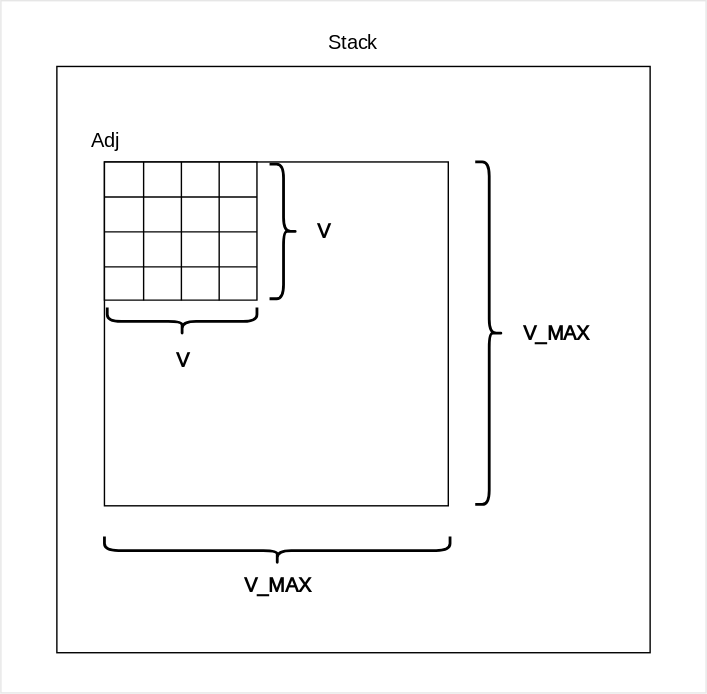
datkumar/code-journal keeps this draw.io diagram as public/diagrams/adj-matrix-static-array.svg. Above is the earlier version. Source tidied: cells renumbered, new cells last; positions are measured from the earlier drawing's top-left corner, leaving out a move shared by most shapes.
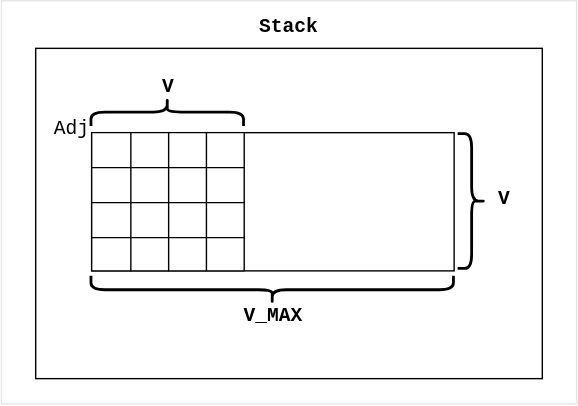
Later version of the same file.

What changed in the source:
```diff
@@ -2,107 +2,101 @@
   <root>
     <mxCell id="0" />
     <mxCell id="1" parent="0" />
+    <mxCell id="36" style="rounded=0;whiteSpace=wrap;html=1;strokeColor=#E6E6E6;fontFamily=monospace;fontStyle=1;fontSize=14;fillColor=light-dark(#FFFFFF,#FFFFFF);fontColor=light-dark(#000000,#000000);" parent="1" vertex="1">
+      <mxGeometry x="9.5" y="21" width="411" height="288" as="geometry" />
+    </mxCell>
-    <mxCell id="2" style="rounded=0;whiteSpace=wrap;html=1;strokeColor=#E6E6E6;fontFamily=Noto Sans Math;fontSource=https%3A%2F%2Ffonts.googleapis.com%2Fcss%3Ffamily%3DNoto%2BSans%2BMath;fontStyle=1;fontSize=14;" parent="1" vertex="1">
-      <mxGeometry width="504" height="494.8" as="geometry" />
+    <mxCell id="2" style="rounded=0;whiteSpace=wrap;html=1;strokeColor=light-dark(#000000,#000000);fontFamily=monospace;fontStyle=1;fontSize=14;fillColor=light-dark(#FFFFFF,#FFFFFF);fontColor=light-dark(#000000,#000000);" parent="1" vertex="1">
+      <mxGeometry x="34" y="55" width="362" height="236" as="geometry" />
     </mxCell>
-    <mxCell id="3" style="rounded=0;whiteSpace=wrap;html=1;fontFamily=Noto Sans Math;fontSource=https%3A%2F%2Ffonts.googleapis.com%2Fcss%3Ffamily%3DNoto%2BSans%2BMath;fontStyle=1;fontSize=14;" parent="1" vertex="1">
-      <mxGeometry x="40" y="47" width="424" height="419" as="geometry" />
-    </mxCell>
-    <mxCell id="4" style="whiteSpace=wrap;html=1;fontFamily=Noto Sans Math;fontSource=https%3A%2F%2Ffonts.googleapis.com%2Fcss%3Ffamily%3DNoto%2BSans%2BMath;fontStyle=1;fontSize=14;" parent="1" vertex="1">
-      <mxGeometry x="74" y="115.2" width="245.8" height="245.8" as="geometry" />
-    </mxCell>
+    <mxCell id="37" style="rounded=0;whiteSpace=wrap;html=1;fillColor=light-dark(#FFFFFF,#FFFFFF);strokeColor=light-dark(#000000,#000000);" parent="1" vertex="1">
+      <mxGeometry x="74" y="115.2" width="259" height="98.8" as="geometry" />
+    </mxCell>
-    <mxCell id="5" style="shape=table;startSize=0;fontFamily=Noto Sans Math;fontSource=https%3A%2F%2Ffonts.googleapis.com%2Fcss%3Ffamily%3DNoto%2BSans%2BMath;fontStyle=1;fontSize=14;" parent="1" vertex="1">
+    <mxCell id="5" style="shape=table;startSize=0;fontFamily=monospace;fontStyle=1;fontSize=14;fillColor=light-dark(#FFFFFF,#FFFFFF);fontColor=light-dark(#000000,#000000);strokeColor=light-dark(#000000,#000000);" parent="1" vertex="1">
       <mxGeometry x="74" y="115.2" width="109" height="98.8" as="geometry" />
     </mxCell>
-    <mxCell id="6" style="shape=tableRow;horizontal=0;startSize=0;swimlaneHead=0;swimlaneBody=0;strokeColor=inherit;top=0;left=0;bottom=0;right=0;fillColor=none;fontFamily=Noto Sans Math;fontSource=https%3A%2F%2Ffonts.googleapis.com%2Fcss%3Ffamily%3DNoto%2BSans%2BMath;fontStyle=1;fontSize=14;" parent="5" vertex="1">
+    <mxCell id="6" style="shape=tableRow;horizontal=0;startSize=0;swimlaneHead=0;swimlaneBody=0;strokeColor=inherit;top=0;left=0;bottom=0;right=0;fillColor=none;fontFamily=monospace;fontStyle=1;fontSize=14;fontColor=light-dark(#000000,#000000);" parent="5" vertex="1">
       <mxGeometry width="109" height="25" as="geometry" />
     </mxCell>
-    <mxCell id="7" style="shape=partialRectangle;html=1;whiteSpace=wrap;strokeColor=inherit;overflow=hidden;fillColor=none;top=0;left=0;bottom=0;right=0;fontFamily=Noto Sans Math;fontSource=https%3A%2F%2Ffonts.googleapis.com%2Fcss%3Ffamily%3DNoto%2BSans%2BMath;fontStyle=1;fontSize=14;" parent="6" vertex="1">
+    <mxCell id="7" style="shape=partialRectangle;html=1;whiteSpace=wrap;strokeColor=inherit;overflow=hidden;fillColor=none;top=0;left=0;bottom=0;right=0;fontFamily=monospace;fontStyle=1;fontSize=14;fontColor=light-dark(#000000,#000000);" parent="6" vertex="1">
       <mxGeometry width="28" height="25" as="geometry" />
     </mxCell>
-    <mxCell id="8" style="shape=partialRectangle;html=1;whiteSpace=wrap;strokeColor=inherit;overflow=hidden;fillColor=none;top=0;left=0;bottom=0;right=0;fontFamily=Noto Sans Math;fontSource=https%3A%2F%2Ffonts.googleapis.com%2Fcss%3Ffamily%3DNoto%2BSans%2BMath;fontStyle=1;fontSize=14;" parent="6" vertex="1">
+    <mxCell id="8" style="shape=partialRectangle;html=1;whiteSpace=wrap;strokeColor=inherit;overflow=hidden;fillColor=none;top=0;left=0;bottom=0;right=0;fontFamily=monospace;fontStyle=1;fontSize=14;fontColor=light-dark(#000000,#000000);" parent="6" vertex="1">
       <mxGeometry x="28" width="27" height="25" as="geometry" />
     </mxCell>
-    <mxCell id="9" style="shape=partialRectangle;html=1;whiteSpace=wrap;strokeColor=inherit;overflow=hidden;fillColor=none;top=0;left=0;bottom=0;right=0;fontFamily=Noto Sans Math;fontSource=https%3A%2F%2Ffonts.googleapis.com%2Fcss%3Ffamily%3DNoto%2BSans%2BMath;fontStyle=1;fontSize=14;" parent="6" vertex="1">
+    <mxCell id="9" style="shape=partialRectangle;html=1;whiteSpace=wrap;strokeColor=inherit;overflow=hidden;fillColor=none;top=0;left=0;bottom=0;right=0;fontFamily=monospace;fontStyle=1;fontSize=14;fontColor=light-dark(#000000,#000000);" parent="6" vertex="1">
       <mxGeometry x="55" width="27" height="25" as="geometry" />
     </mxCell>
-    <mxCell id="10" style="shape=partialRectangle;html=1;whiteSpace=wrap;strokeColor=inherit;overflow=hidden;fillColor=none;top=0;left=0;bottom=0;right=0;fontFamily=Noto Sans Math;fontSource=https%3A%2F%2Ffonts.googleapis.com%2Fcss%3Ffamily%3DNoto%2BSans%2BMath;fontStyle=1;fontSize=14;" parent="6" vertex="1">
+    <mxCell id="10" style="shape=partialRectangle;html=1;whiteSpace=wrap;strokeColor=inherit;overflow=hidden;fillColor=none;top=0;left=0;bottom=0;right=0;fontFamily=monospace;fontStyle=1;fontSize=14;fontColor=light-dark(#000000,#000000);" parent="6" vertex="1">
       <mxGeometry x="82" width="27" height="25" as="geometry" />
     </mxCell>
-    <mxCell id="11" style="shape=tableRow;horizontal=0;startSize=0;swimlaneHead=0;swimlaneBody=0;strokeColor=inherit;top=0;left=0;bottom=0;right=0;fillColor=none;fontFamily=Noto Sans Math;fontSource=https%3A%2F%2Ffonts.googleapis.com%2Fcss%3Ffamily%3DNoto%2BSans%2BMath;fontStyle=1;fontSize=14;" parent="5" vertex="1">
+    <mxCell id="11" style="shape=tableRow;horizontal=0;startSize=0;swimlaneHead=0;swimlaneBody=0;strokeColor=inherit;top=0;left=0;bottom=0;right=0;fillColor=none;fontFamily=monospace;fontStyle=1;fontSize=14;fontColor=light-dark(#000000,#000000);" parent="5" vertex="1">
       <mxGeometry y="25" width="109" height="25" as="geometry" />
     </mxCell>
-    <mxCell id="12" style="shape=partialRectangle;html=1;whiteSpace=wrap;strokeColor=inherit;overflow=hidden;fillColor=none;top=0;left=0;bottom=0;right=0;fontFamily=Noto Sans Math;fontSource=https%3A%2F%2Ffonts.googleapis.com%2Fcss%3Ffamily%3DNoto%2BSans%2BMath;fontStyle=1;fontSize=14;" parent="11" vertex="1">
+    <mxCell id="12" style="shape=partialRectangle;html=1;whiteSpace=wrap;strokeColor=inherit;overflow=hidden;fillColor=none;top=0;left=0;bottom=0;right=0;fontFamily=monospace;fontStyle=1;fontSize=14;fontColor=light-dark(#000000,#000000);" parent="11" vertex="1">
       <mxGeometry width="28" height="25" as="geometry" />
     </mxCell>
-    <mxCell id="13" style="shape=partialRectangle;html=1;whiteSpace=wrap;strokeColor=inherit;overflow=hidden;fillColor=none;top=0;left=0;bottom=0;right=0;fontFamily=Noto Sans Math;fontSource=https%3A%2F%2Ffonts.googleapis.com%2Fcss%3Ffamily%3DNoto%2BSans%2BMath;fontStyle=1;fontSize=14;" parent="11" vertex="1">
+    <mxCell id="13" style="shape=partialRectangle;html=1;whiteSpace=wrap;strokeColor=inherit;overflow=hidden;fillColor=none;top=0;left=0;bottom=0;right=0;fontFamily=monospace;fontStyle=1;fontSize=14;fontColor=light-dark(#000000,#000000);" parent="11" vertex="1">
       <mxGeometry x="28" width="27" height="25" as="geometry" />
     </mxCell>
-    <mxCell id="14" style="shape=partialRectangle;html=1;whiteSpace=wrap;strokeColor=inherit;overflow=hidden;fillColor=none;top=0;left=0;bottom=0;right=0;fontFamily=Noto Sans Math;fontSource=https%3A%2F%2Ffonts.googleapis.com%2Fcss%3Ffamily%3DNoto%2BSans%2BMath;fontStyle=1;fontSize=14;" parent="11" vertex="1">
+    <mxCell id="14" style="shape=partialRectangle;html=1;whiteSpace=wrap;strokeColor=inherit;overflow=hidden;fillColor=none;top=0;left=0;bottom=0;right=0;fontFamily=monospace;fontStyle=1;fontSize=14;fontColor=light-dark(#000000,#000000);" parent="11" vertex="1">
       <mxGeometry x="55" width="27" height="25" as="geometry" />
     </mxCell>
-    <mxCell id="15" style="shape=partialRectangle;html=1;whiteSpace=wrap;strokeColor=inherit;overflow=hidden;fillColor=none;top=0;left=0;bottom=0;right=0;fontFamily=Noto Sans Math;fontSource=https%3A%2F%2Ffonts.googleapis.com%2Fcss%3Ffamily%3DNoto%2BSans%2BMath;fontStyle=1;fontSize=14;" parent="11" vertex="1">
+    <mxCell id="15" style="shape=partialRectangle;html=1;whiteSpace=wrap;strokeColor=inherit;overflow=hidden;fillColor=none;top=0;left=0;bottom=0;right=0;fontFamily=monospace;fontStyle=1;fontSize=14;fontColor=light-dark(#000000,#000000);" parent="11" vertex="1">
       <mxGeometry x="82" width="27" height="25" as="geometry" />
     </mxCell>
-    <mxCell id="16" style="shape=tableRow;horizontal=0;startSize=0;swimlaneHead=0;swimlaneBody=0;strokeColor=inherit;top=0;left=0;bottom=0;right=0;fillColor=none;fontFamily=Noto Sans Math;fontSource=https%3A%2F%2Ffonts.googleapis.com%2Fcss%3Ffamily%3DNoto%2BSans%2BMath;fontStyle=1;fontSize=14;" parent="5" vertex="1">
+    <mxCell id="16" style="shape=tableRow;horizontal=0;startSize=0;swimlaneHead=0;swimlaneBody=0;strokeColor=inherit;top=0;left=0;bottom=0;right=0;fillColor=none;fontFamily=monospace;fontStyle=1;fontSize=14;fontColor=light-dark(#000000,#000000);" parent="5" vertex="1">
       <mxGeometry y="50" width="109" height="25" as="geometry" />
     </mxCell>
-    <mxCell id="17" style="shape=partialRectangle;html=1;whiteSpace=wrap;strokeColor=inherit;overflow=hidden;fillColor=none;top=0;left=0;bottom=0;right=0;fontFamily=Noto Sans Math;fontSource=https%3A%2F%2Ffonts.googleapis.com%2Fcss%3Ffamily%3DNoto%2BSans%2BMath;fontStyle=1;fontSize=14;" parent="16" vertex="1">
+    <mxCell id="17" style="shape=partialRectangle;html=1;whiteSpace=wrap;strokeColor=inherit;overflow=hidden;fillColor=none;top=0;left=0;bottom=0;right=0;fontFamily=monospace;fontStyle=1;fontSize=14;fontColor=light-dark(#000000,#000000);" parent="16" vertex="1">
       <mxGeometry width="28" height="25" as="geometry" />
     </mxCell>
-    <mxCell id="18" style="shape=partialRectangle;html=1;whiteSpace=wrap;strokeColor=inherit;overflow=hidden;fillColor=none;top=0;left=0;bottom=0;right=0;fontFamily=Noto Sans Math;fontSource=https%3A%2F%2Ffonts.googleapis.com%2Fcss%3Ffamily%3DNoto%2BSans%2BMath;fontStyle=1;fontSize=14;" parent="16" vertex="1">
+    <mxCell id="18" style="shape=partialRectangle;html=1;whiteSpace=wrap;strokeColor=inherit;overflow=hidden;fillColor=none;top=0;left=0;bottom=0;right=0;fontFamily=monospace;fontStyle=1;fontSize=14;fontColor=light-dark(#000000,#000000);" parent="16" vertex="1">
       <mxGeometry x="28" width="27" height="25" as="geometry" />
     </mxCell>
-    <mxCell id="19" style="shape=partialRectangle;html=1;whiteSpace=wrap;strokeColor=inherit;overflow=hidden;fillColor=none;top=0;left=0;bottom=0;right=0;fontFamily=Noto Sans Math;fontSource=https%3A%2F%2Ffonts.googleapis.com%2Fcss%3Ffamily%3DNoto%2BSans%2BMath;fontStyle=1;fontSize=14;" parent="16" vertex="1">
+    <mxCell id="19" style="shape=partialRectangle;html=1;whiteSpace=wrap;strokeColor=inherit;overflow=hidden;fillColor=none;top=0;left=0;bottom=0;right=0;fontFamily=monospace;fontStyle=1;fontSize=14;fontColor=light-dark(#000000,#000000);" parent="16" vertex="1">
       <mxGeometry x="55" width="27" height="25" as="geometry" />
     </mxCell>
-    <mxCell id="20" style="shape=partialRectangle;html=1;whiteSpace=wrap;strokeColor=inherit;overflow=hidden;fillColor=none;top=0;left=0;bottom=0;right=0;fontFamily=Noto Sans Math;fontSource=https%3A%2F%2Ffonts.googleapis.com%2Fcss%3Ffamily%3DNoto%2BSans%2BMath;fontStyle=1;fontSize=14;" parent="16" vertex="1">
+    <mxCell id="20" style="shape=partialRectangle;html=1;whiteSpace=wrap;strokeColor=inherit;overflow=hidden;fillColor=none;top=0;left=0;bottom=0;right=0;fontFamily=monospace;fontStyle=1;fontSize=14;fontColor=light-dark(#000000,#000000);" parent="16" vertex="1">
       <mxGeometry x="82" width="27" height="25" as="geometry" />
     </mxCell>
-    <mxCell id="21" style="shape=tableRow;horizontal=0;startSize=0;swimlaneHead=0;swimlaneBody=0;strokeColor=inherit;top=0;left=0;bottom=0;right=0;fillColor=none;fontFamily=Noto Sans Math;fontSource=https%3A%2F%2Ffonts.googleapis.com%2Fcss%3Ffamily%3DNoto%2BSans%2BMath;fontStyle=1;fontSize=14;" parent="5" vertex="1">
+    <mxCell id="21" style="shape=tableRow;horizontal=0;startSize=0;swimlaneHead=0;swimlaneBody=0;strokeColor=inherit;top=0;left=0;bottom=0;right=0;fillColor=none;fontFamily=monospace;fontStyle=1;fontSize=14;fontColor=light-dark(#000000,#000000);" parent="5" vertex="1">
       <mxGeometry y="75" width="109" height="24" as="geometry" />
     </mxCell>
-    <mxCell id="22" style="shape=partialRectangle;html=1;whiteSpace=wrap;strokeColor=inherit;overflow=hidden;fillColor=none;top=0;left=0;bottom=0;right=0;fontFamily=Noto Sans Math;fontSource=https%3A%2F%2Ffonts.googleapis.com%2Fcss%3Ffamily%3DNoto%2BSans%2BMath;fontStyle=1;fontSize=14;" parent="21" vertex="1">
+    <mxCell id="22" style="shape=partialRectangle;html=1;whiteSpace=wrap;strokeColor=inherit;overflow=hidden;fillColor=none;top=0;left=0;bottom=0;right=0;fontFamily=monospace;fontStyle=1;fontSize=14;fontColor=light-dark(#000000,#000000);" parent="21" vertex="1">
       <mxGeometry width="28" height="24" as="geometry" />
     </mxCell>
-    <mxCell id="23" style="shape=partialRectangle;html=1;whiteSpace=wrap;strokeColor=inherit;overflow=hidden;fillColor=none;top=0;left=0;bottom=0;right=0;fontFamily=Noto Sans Math;fontSource=https%3A%2F%2Ffonts.googleapis.com%2Fcss%3Ffamily%3DNoto%2BSans%2BMath;fontStyle=1;fontSize=14;" parent="21" vertex="1">
+    <mxCell id="23" style="shape=partialRectangle;html=1;whiteSpace=wrap;strokeColor=inherit;overflow=hidden;fillColor=none;top=0;left=0;bottom=0;right=0;fontFamily=monospace;fontStyle=1;fontSize=14;fontColor=light-dark(#000000,#000000);" parent="21" vertex="1">
       <mxGeometry x="28" width="27" height="24" as="geometry" />
     </mxCell>
-    <mxCell id="24" style="shape=partialRectangle;html=1;whiteSpace=wrap;strokeColor=inherit;overflow=hidden;fillColor=none;top=0;left=0;bottom=0;right=0;fontFamily=Noto Sans Math;fontSource=https%3A%2F%2Ffonts.googleapis.com%2Fcss%3Ffamily%3DNoto%2BSans%2BMath;fontStyle=1;fontSize=14;" parent="21" vertex="1">
+    <mxCell id="24" style="shape=partialRectangle;html=1;whiteSpace=wrap;strokeColor=inherit;overflow=hidden;fillColor=none;top=0;left=0;bottom=0;right=0;fontFamily=monospace;fontStyle=1;fontSize=14;fontColor=light-dark(#000000,#000000);" parent="21" vertex="1">
       <mxGeometry x="55" width="27" height="24" as="geometry" />
     </mxCell>
-    <mxCell id="25" style="shape=partialRectangle;html=1;whiteSpace=wrap;strokeColor=inherit;overflow=hidden;fillColor=none;top=0;left=0;bottom=0;right=0;fontFamily=Noto Sans Math;fontSource=https%3A%2F%2Ffonts.googleapis.com%2Fcss%3Ffamily%3DNoto%2BSans%2BMath;fontStyle=1;fontSize=14;" parent="21" vertex="1">
+    <mxCell id="25" style="shape=partialRectangle;html=1;whiteSpace=wrap;strokeColor=inherit;overflow=hidden;fillColor=none;top=0;left=0;bottom=0;right=0;fontFamily=monospace;fontStyle=1;fontSize=14;fontColor=light-dark(#000000,#000000);" parent="21" vertex="1">
       <mxGeometry x="82" width="27" height="24" as="geometry" />
     </mxCell>
-    <mxCell id="26" style="shape=curlyBracket;whiteSpace=wrap;html=1;rounded=1;flipH=1;labelPosition=right;verticalLabelPosition=middle;align=left;verticalAlign=middle;strokeWidth=2;fontFamily=Noto Sans Math;fontSource=https%3A%2F%2Ffonts.googleapis.com%2Fcss%3Ffamily%3DNoto%2BSans%2BMath;fontStyle=1;fontSize=14;" parent="1" vertex="1">
-      <mxGeometry x="339" y="115.2" width="20" height="244.8" as="geometry" />
-    </mxCell>
-    <mxCell id="27" style="shape=curlyBracket;whiteSpace=wrap;html=1;rounded=1;flipH=1;labelPosition=right;verticalLabelPosition=middle;align=left;verticalAlign=middle;direction=north;strokeWidth=2;fontFamily=Noto Sans Math;fontSource=https%3A%2F%2Ffonts.googleapis.com%2Fcss%3Ffamily%3DNoto%2BSans%2BMath;fontStyle=1;fontSize=14;" parent="1" vertex="1">
-      <mxGeometry x="74" y="383" width="247" height="20" as="geometry" />
+    <mxCell id="27" style="shape=curlyBracket;whiteSpace=wrap;html=1;rounded=1;flipH=1;labelPosition=right;verticalLabelPosition=middle;align=left;verticalAlign=middle;direction=north;strokeWidth=2;fontFamily=monospace;fontStyle=1;fontSize=14;fontColor=light-dark(#000000,#000000);strokeColor=light-dark(#000000,#000000);" parent="1" vertex="1">
+      <mxGeometry x="74" y="218" width="259" height="20" as="geometry" />
     </mxCell>
-    <mxCell id="28" value="V_MAX" style="text;html=1;align=center;verticalAlign=middle;whiteSpace=wrap;rounded=0;fontFamily=Noto Sans Math;fontSource=https%3A%2F%2Ffonts.googleapis.com%2Fcss%3Ffamily%3DNoto%2BSans%2BMath;fontStyle=1;fontSize=14;" parent="1" vertex="1">
-      <mxGeometry x="367" y="222.6" width="60" height="30" as="geometry" />
-    </mxCell>
-    <mxCell id="29" value="V_MAX" style="text;html=1;align=center;verticalAlign=middle;whiteSpace=wrap;rounded=0;fontFamily=Noto Sans Math;fontSource=https%3A%2F%2Ffonts.googleapis.com%2Fcss%3Ffamily%3DNoto%2BSans%2BMath;fontStyle=1;fontSize=14;" parent="1" vertex="1">
-      <mxGeometry x="167.5" y="403" width="60" height="30" as="geometry" />
+    <mxCell id="29" value="V_MAX" style="text;html=1;align=center;verticalAlign=middle;whiteSpace=wrap;rounded=0;fontFamily=monospace;fontStyle=1;fontSize=14;fontColor=light-dark(#000000,#000000);" parent="1" vertex="1">
+      <mxGeometry x="173.5" y="231" width="60" height="30" as="geometry" />
     </mxCell>
-    <mxCell id="30" style="shape=curlyBracket;whiteSpace=wrap;html=1;rounded=1;flipH=1;labelPosition=right;verticalLabelPosition=middle;align=left;verticalAlign=middle;strokeWidth=2;fontFamily=Noto Sans Math;fontSource=https%3A%2F%2Ffonts.googleapis.com%2Fcss%3Ffamily%3DNoto%2BSans%2BMath;fontStyle=1;fontSize=14;" parent="1" vertex="1">
-      <mxGeometry x="192" y="116.8" width="20" height="96.2" as="geometry" />
+    <mxCell id="30" style="shape=curlyBracket;whiteSpace=wrap;html=1;rounded=1;flipH=1;labelPosition=right;verticalLabelPosition=middle;align=left;verticalAlign=middle;strokeWidth=2;fontFamily=monospace;fontStyle=1;fontSize=14;fontColor=light-dark(#000000,#000000);strokeColor=light-dark(#000000,#000000);" parent="1" vertex="1">
+      <mxGeometry x="336" y="116.5" width="20" height="96.2" as="geometry" />
     </mxCell>
-    <mxCell id="31" style="shape=curlyBracket;whiteSpace=wrap;html=1;rounded=1;flipH=1;labelPosition=right;verticalLabelPosition=middle;align=left;verticalAlign=middle;strokeWidth=2;direction=north;fontFamily=Noto Sans Math;fontSource=https%3A%2F%2Ffonts.googleapis.com%2Fcss%3Ffamily%3DNoto%2BSans%2BMath;fontStyle=1;fontSize=14;" parent="1" vertex="1">
-      <mxGeometry x="76" y="219.2" width="107" height="20" as="geometry" />
-    </mxCell>
-    <mxCell id="32" value="V" style="text;html=1;align=center;verticalAlign=middle;whiteSpace=wrap;rounded=0;fontFamily=Noto Sans Math;fontSource=https%3A%2F%2Ffonts.googleapis.com%2Fcss%3Ffamily%3DNoto%2BSans%2BMath;fontStyle=1;fontSize=14;" parent="1" vertex="1">
-      <mxGeometry x="217.5" y="149.9" width="25.5" height="30" as="geometry" />
+    <mxCell id="32" value="V" style="text;html=1;align=center;verticalAlign=middle;whiteSpace=wrap;rounded=0;fontFamily=monospace;fontStyle=1;fontSize=14;fontColor=light-dark(#000000,#000000);" parent="1" vertex="1">
+      <mxGeometry x="356" y="148.4" width="25.5" height="30" as="geometry" />
     </mxCell>
-    <mxCell id="33" value="V" style="text;html=1;align=center;verticalAlign=middle;whiteSpace=wrap;rounded=0;fontFamily=Noto Sans Math;fontSource=https%3A%2F%2Ffonts.googleapis.com%2Fcss%3Ffamily%3DNoto%2BSans%2BMath;fontStyle=1;fontSize=14;" parent="1" vertex="1">
-      <mxGeometry x="116.8" y="241.5" width="25.5" height="30" as="geometry" />
-    </mxCell>
-    <mxCell id="34" value="Stack" style="text;html=1;align=center;verticalAlign=middle;whiteSpace=wrap;rounded=0;fontFamily=Noto Sans Math;fontSource=https%3A%2F%2Ffonts.googleapis.com%2Fcss%3Ffamily%3DNoto%2BSans%2BMath;fontStyle=0;fontSize=14;" parent="1" vertex="1">
-      <mxGeometry x="222" y="15" width="60" height="30" as="geometry" />
+    <mxCell id="34" value="Stack" style="text;html=1;align=center;verticalAlign=middle;whiteSpace=wrap;rounded=0;fontFamily=monospace;fontStyle=1;fontSize=14;fontColor=light-dark(#000000,#000000);" parent="1" vertex="1">
+      <mxGeometry x="185" y="25" width="60" height="30" as="geometry" />
     </mxCell>
-    <mxCell id="35" value="Adj" style="text;html=1;align=center;verticalAlign=middle;whiteSpace=wrap;rounded=0;fontFamily=Noto Sans Math;fontSource=https%3A%2F%2Ffonts.googleapis.com%2Fcss%3Ffamily%3DNoto%2BSans%2BMath;fontStyle=0;fontSize=14;" parent="1" vertex="1">
-      <mxGeometry x="55" y="89" width="40" height="23" as="geometry" />
+    <mxCell id="35" value="Adj" style="text;html=1;align=center;verticalAlign=middle;whiteSpace=wrap;rounded=0;fontFamily=monospace;fontStyle=0;fontSize=14;fontColor=light-dark(#000000,#000000);" parent="1" vertex="1">
+      <mxGeometry x="40" y="101" width="40" height="23" as="geometry" />
     </mxCell>
+    <mxCell id="38" style="shape=curlyBracket;whiteSpace=wrap;html=1;rounded=1;flipH=1;labelPosition=right;verticalLabelPosition=middle;align=left;verticalAlign=middle;strokeWidth=2;fontFamily=monospace;fontStyle=1;fontSize=14;fontColor=light-dark(#000000,#000000);strokeColor=light-dark(#000000,#000000);direction=south;" parent="1" vertex="1">
+      <mxGeometry x="74" y="91" width="109" height="20" as="geometry" />
+    </mxCell>
+    <mxCell id="33" value="V" style="text;html=1;align=center;verticalAlign=middle;whiteSpace=wrap;rounded=0;fontFamily=monospace;fontStyle=1;fontSize=14;fontColor=light-dark(#000000,#000000);" parent="1" vertex="1">
+      <mxGeometry x="115.8" y="68" width="25.5" height="30" as="geometry" />
+    </mxCell>
   </root>
 </mxGraphModel>
```
